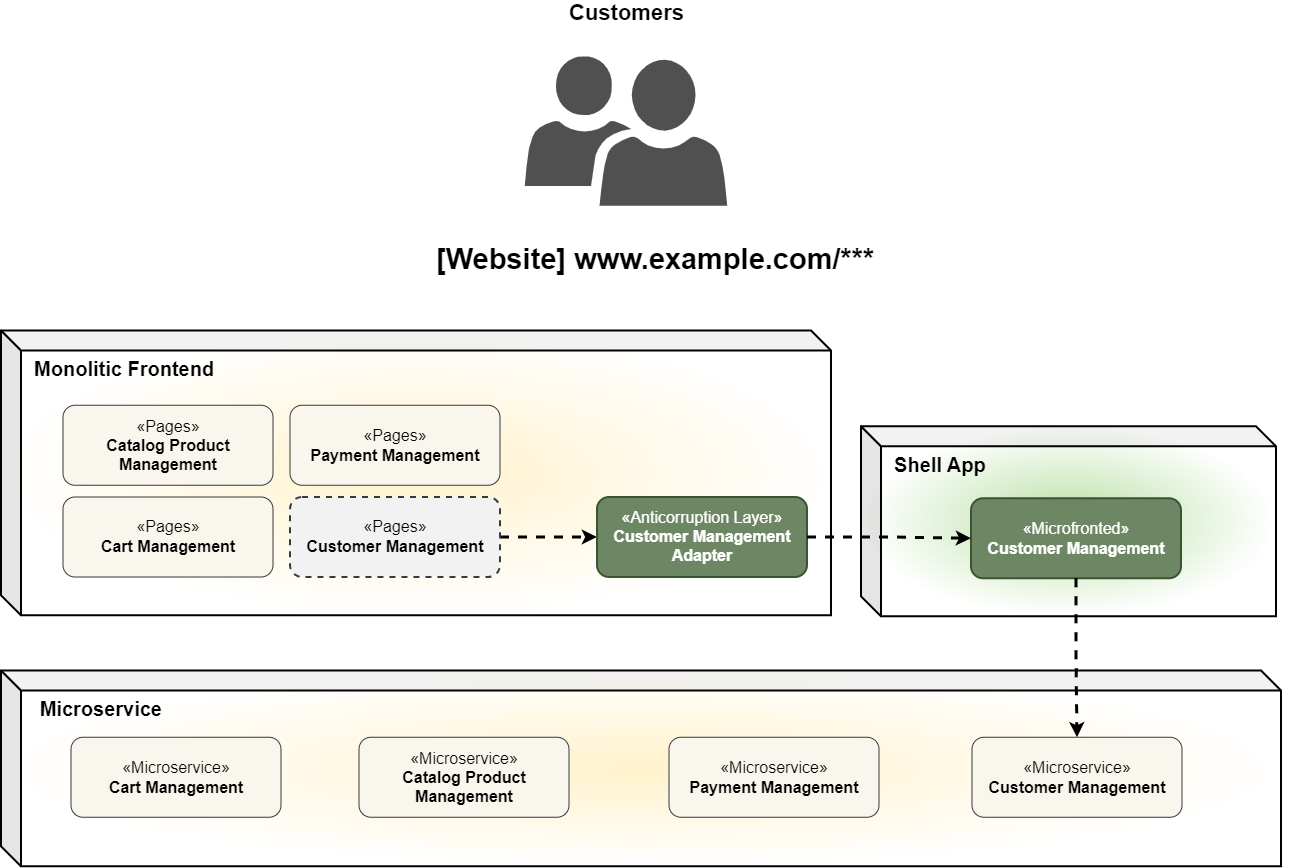
Earlier version of the draw.io export images/Strangler_Fig_ACL.png (soryan01/strangler-fig-microfrontend). Source tidied: cells renumbered, new cells last; positions are measured from the earlier drawing's top-left corner, leaving out a move shared by most shapes.
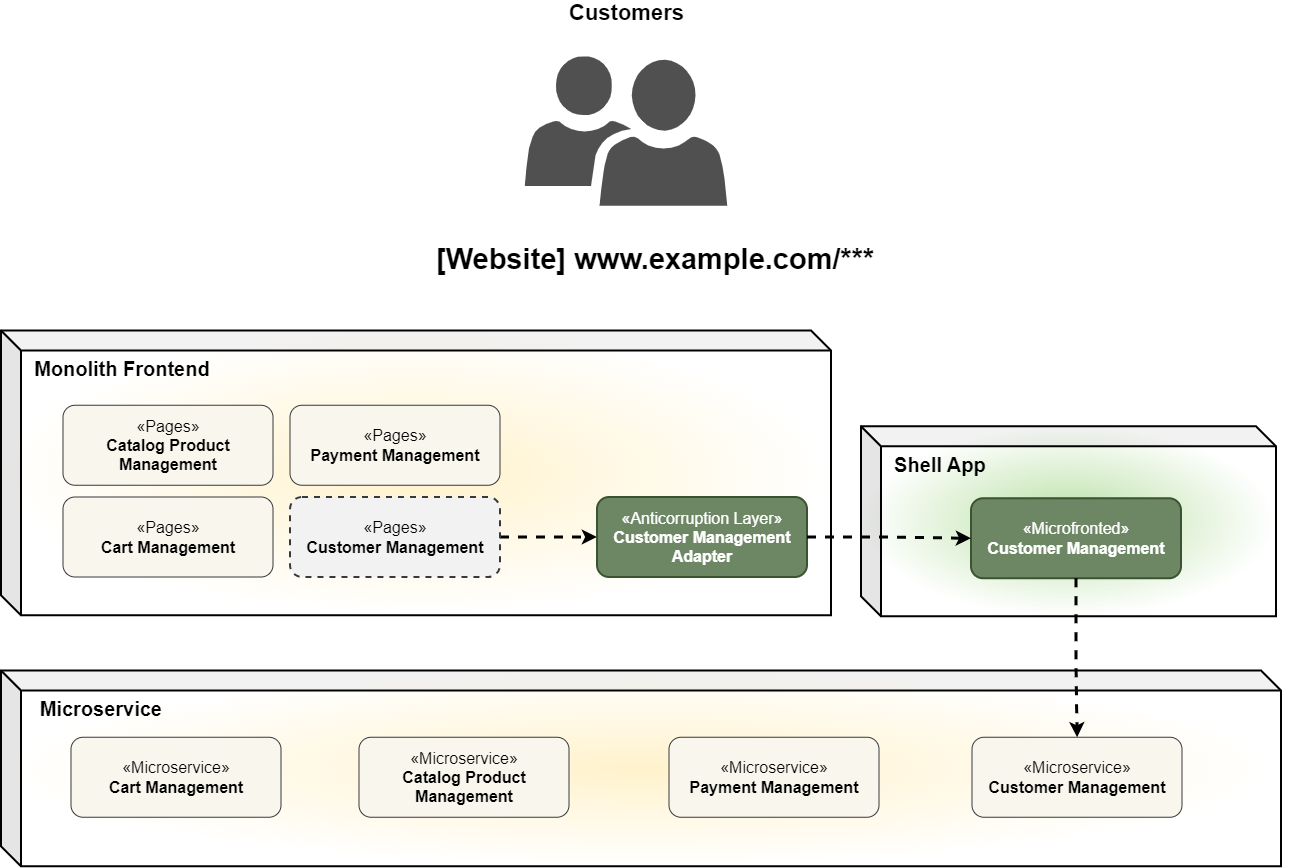
The same file after the commit.

Diff of the diagram source:
```diff
@@ -2,7 +2,7 @@
   <root>
     <mxCell id="0" />
     <mxCell id="1" parent="0" />
-    <mxCell id="2" value="&lt;span style=&quot;font-size: 20px;&quot;&gt;&lt;b&gt;&amp;nbsp; Monolitic Frontend&lt;/b&gt;&lt;/span&gt;" style="shape=cube;whiteSpace=wrap;html=1;boundedLbl=1;backgroundOutline=1;darkOpacity=0.05;darkOpacity2=0.1;align=left;verticalAlign=top;shadow=0;gradientColor=#FFFFFF;fillColor=#FFF2CC;gradientDirection=radial;strokeWidth=2;" parent="1" vertex="1">
+    <mxCell id="2" value="&lt;span style=&quot;font-size: 20px;&quot;&gt;&lt;b&gt;&amp;nbsp;&amp;nbsp;&lt;/b&gt;&lt;/span&gt;&lt;b style=&quot;font-size: 20px;&quot;&gt;Monolith&amp;nbsp;&lt;/b&gt;&lt;span style=&quot;font-size: 20px;&quot;&gt;&lt;b&gt;Frontend&lt;/b&gt;&lt;/span&gt;" style="shape=cube;whiteSpace=wrap;html=1;boundedLbl=1;backgroundOutline=1;darkOpacity=0.05;darkOpacity2=0.1;align=left;verticalAlign=top;shadow=0;gradientColor=#FFFFFF;fillColor=#FFF2CC;gradientDirection=radial;strokeWidth=2;" parent="1" vertex="1">
       <mxGeometry y="275" width="830" height="284.8" as="geometry" />
     </mxCell>
     <mxCell id="3" style="edgeStyle=orthogonalEdgeStyle;rounded=0;jettySize=auto;html=1;entryX=0;entryY=0.5;entryDx=0;entryDy=0;strokeWidth=3;dashed=1;strokeColor=default;align=center;verticalAlign=middle;fontFamily=Helvetica;fontSize=11;fontColor=default;labelBackgroundColor=default;endArrow=classic;" parent="1" edge="1" source="4" target="8">
```
